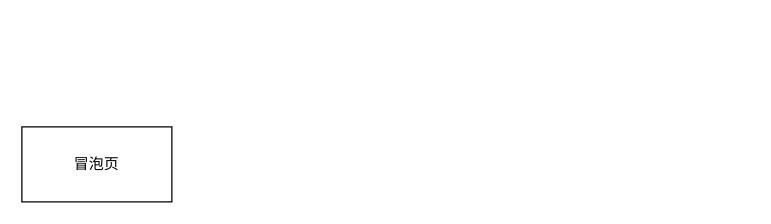
The draw.io diagram 未命名绘图.drawio in nianxiongdi/ASM, before the edit. Source tidied: cells renumbered, new cells numbered last; positions are measured from the earlier drawing's top-left corner, leaving out a move shared by most shapes. Both pictures are drawn from the tidied source at 125%, with x=0, y=0 at pixel (21, 126).
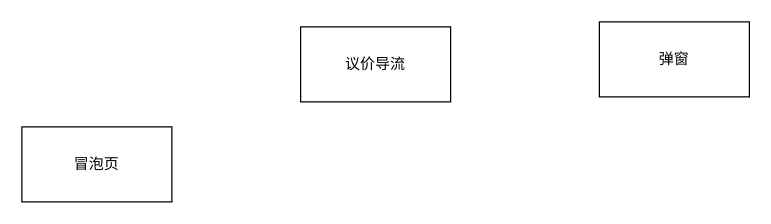
Above is the later version.

Commit message (it also covers changes not shown here):
更新未命名绘图.drawio

Change to the diagram source:
```diff
@@
 <mxGraphModel>
   <root>
     <mxCell id="0" />
     <mxCell id="1" parent="0" />
     <mxCell id="2" value="冒泡页" style="rounded=0;whiteSpace=wrap;html=1;" parent="1" vertex="1">
       <mxGeometry width="120" height="60" as="geometry" />
     </mxCell>
+    <mxCell id="3" value="议价导流" style="rounded=0;whiteSpace=wrap;html=1;" parent="1" vertex="1">
+      <mxGeometry x="223" y="-80" width="120" height="60" as="geometry" />
+    </mxCell>
+    <mxCell id="4" value="弹窗" style="rounded=0;whiteSpace=wrap;html=1;" parent="1" vertex="1">
+      <mxGeometry x="462" y="-84" width="120" height="60" as="geometry" />
+    </mxCell>
   </root>
 </mxGraphModel>
```
